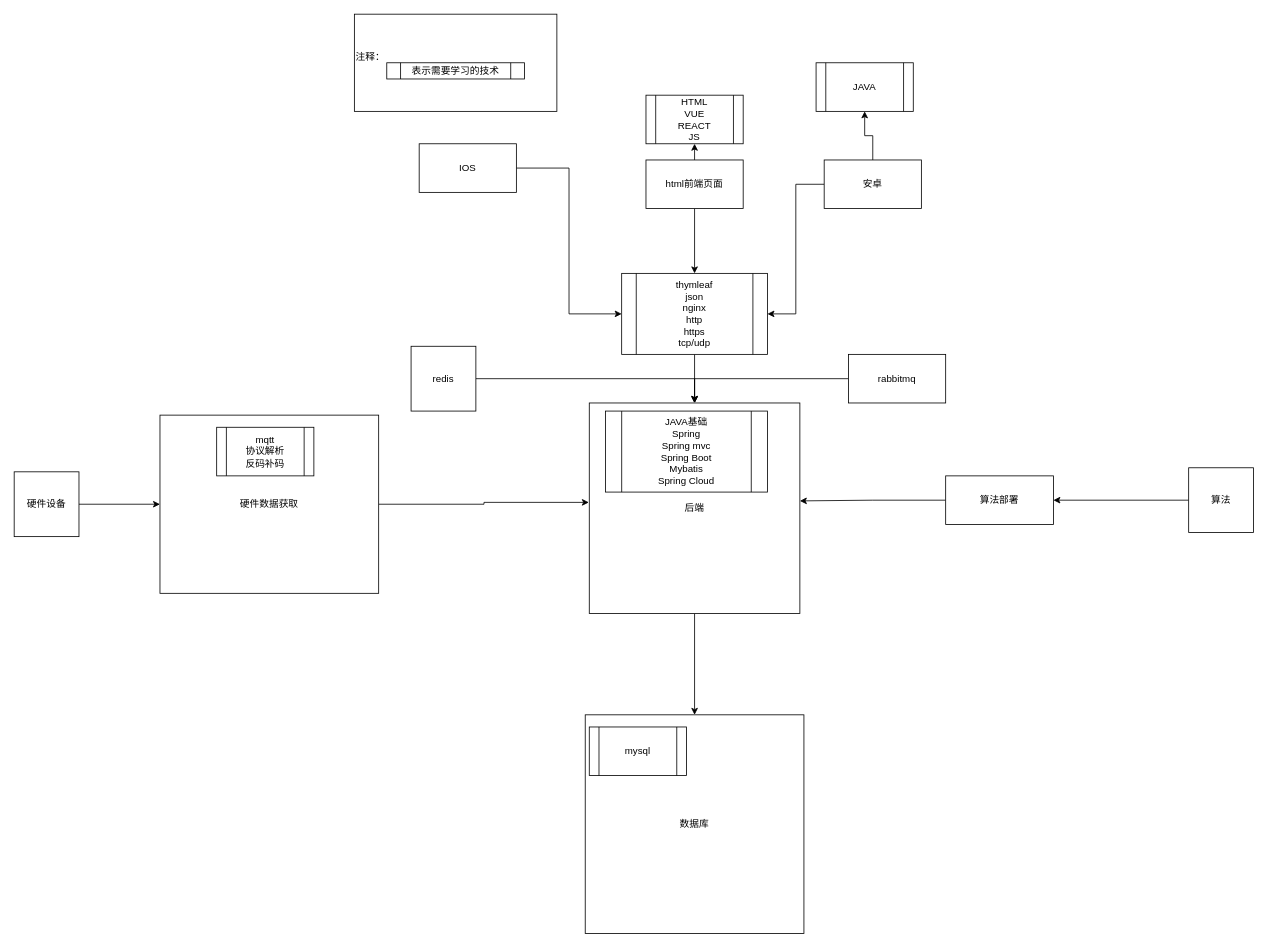
Above: 知识架构.drawio in heibaike123/- (draw.io), before the change. Source tidied: cells renumbered, new cells numbered last; positions are measured from the earlier drawing's top-left corner, leaving out a move shared by most shapes. Both pictures are drawn from the tidied source at 81%, with x=0, y=0 at pixel (14, 14).
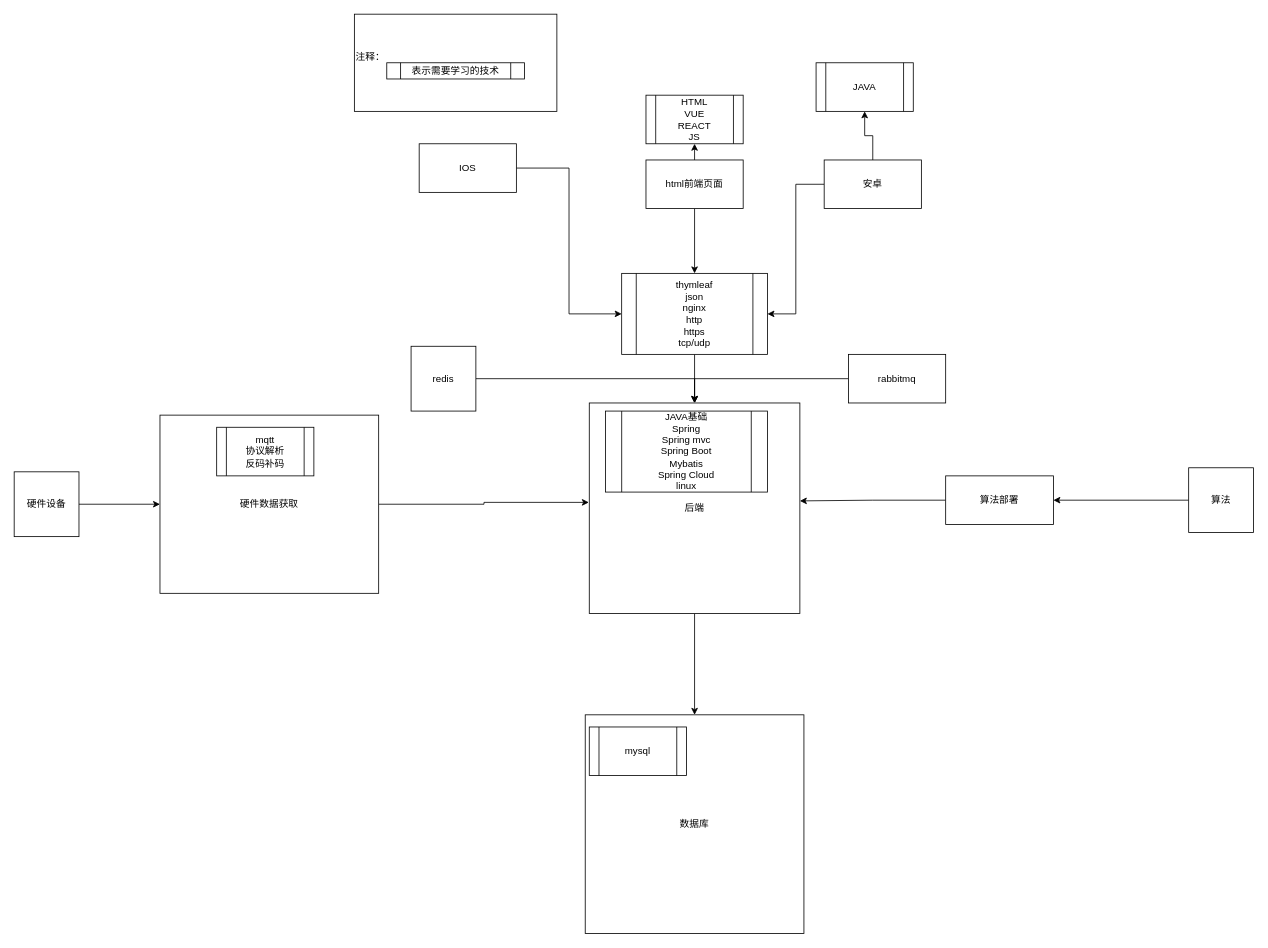
The same diagram, later.

Commit message (it also covers changes not shown here):
更新知识架构.drawio

The edit, as a diff of the source:
```diff
@@
-    <mxCell id="17" value="JAVA基础&lt;br&gt;Spring&lt;br&gt;Spring mvc&lt;br&gt;Spring Boot&lt;br&gt;Mybatis&lt;br&gt;Spring Cloud" style="shape=process;whiteSpace=wrap;html=1;backgroundOutline=1;" parent="1" vertex="1">
+    <mxCell id="17" value="JAVA基础&lt;br&gt;Spring&lt;br&gt;Spring mvc&lt;br&gt;Spring Boot&lt;br&gt;Mybatis&lt;br&gt;Spring Cloud&lt;br&gt;linux" style="shape=process;whiteSpace=wrap;html=1;backgroundOutline=1;" parent="1" vertex="1">
       <mxGeometry x="730" y="490" width="200" height="100" as="geometry" />
     </mxCell>
```
